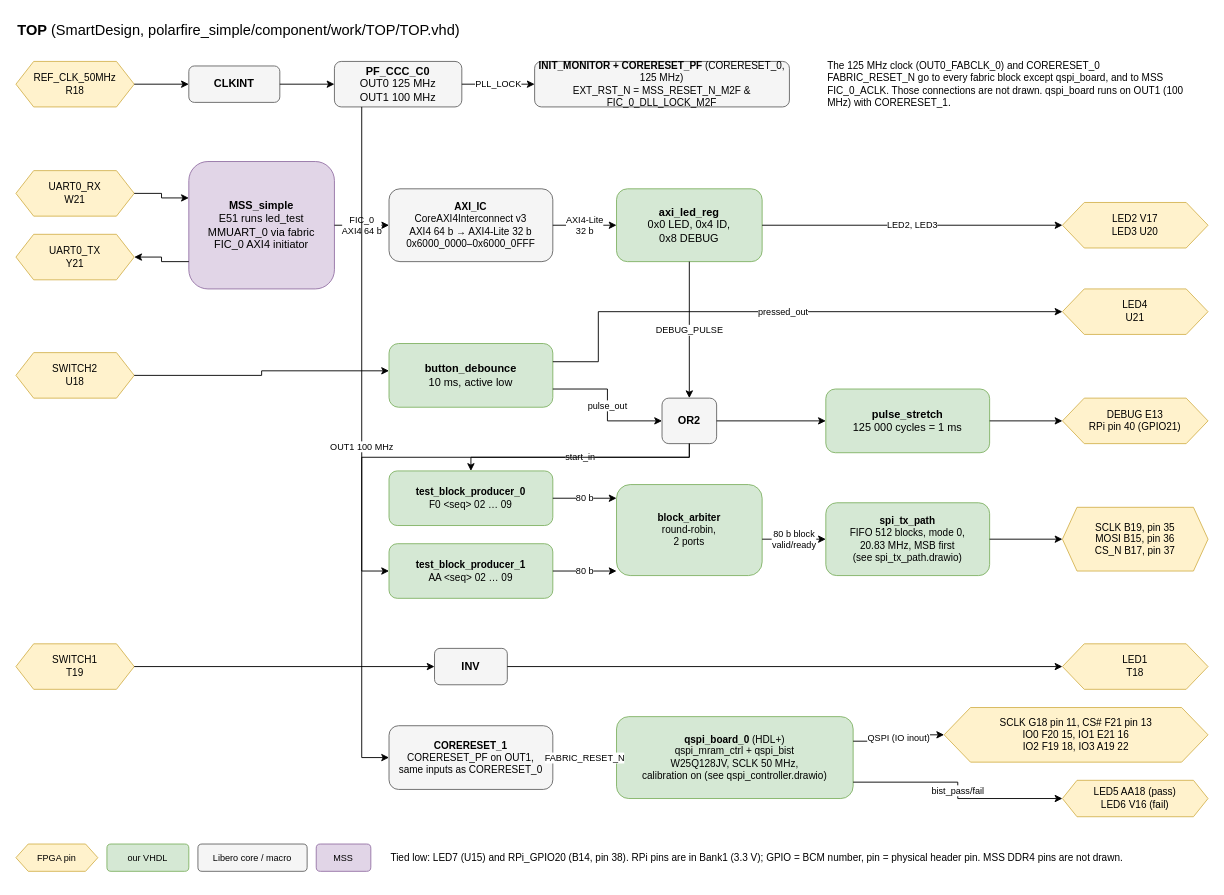
The draw.io diagram documentation/top_level.drawio in jenswilly/polarfire_simple, before the edit. Source tidied: cells renumbered, new cells numbered last; positions are measured from the earlier drawing's top-left corner, leaving out a move shared by most shapes. Both pictures are drawn from the tidied source at 91%, with x=0, y=0 at pixel (15, 15).
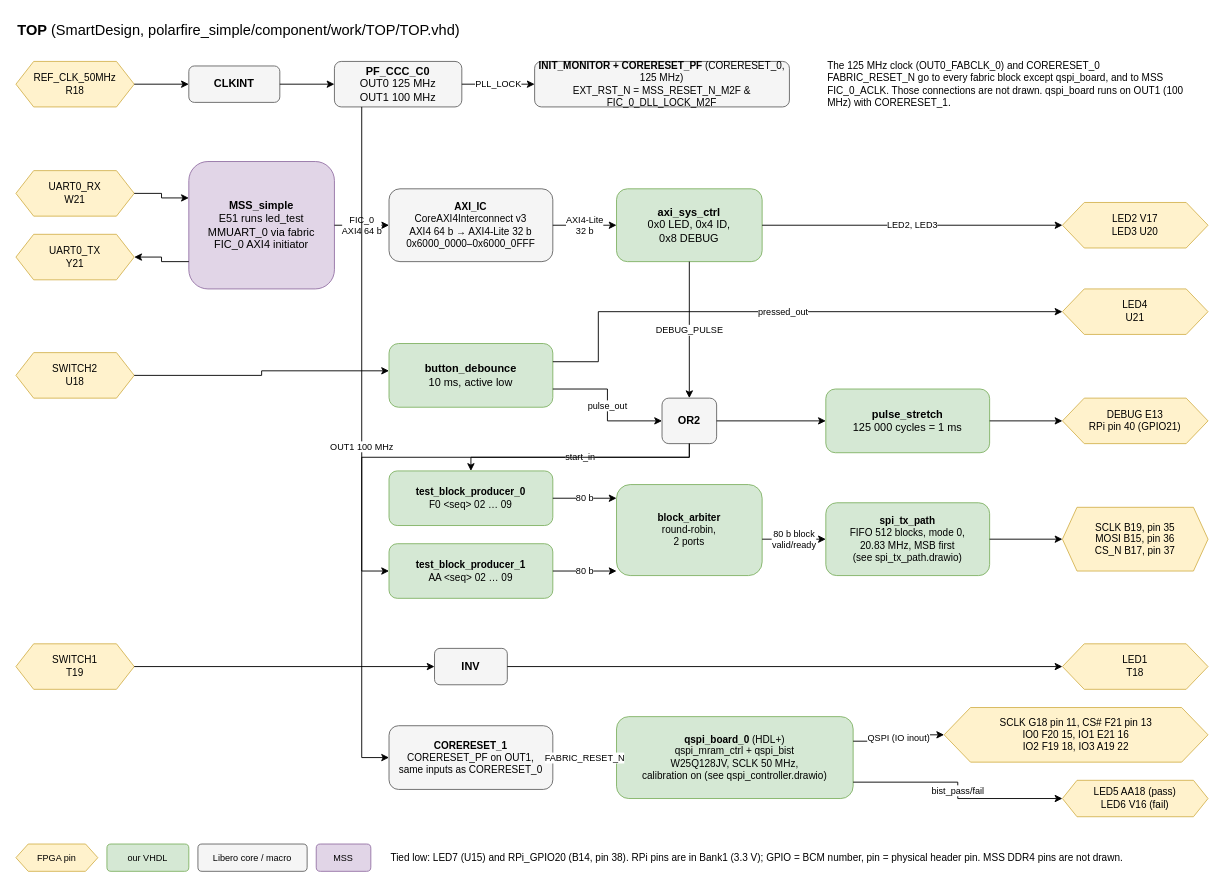
The same diagram, later.

What changed in the source:
```diff
@@
-    <mxCell id="12" value="&lt;b&gt;axi_led_reg&lt;/b&gt;&lt;br&gt;0x0 LED, 0x4 ID,&lt;br&gt;0x8 DEBUG" style="rounded=1;whiteSpace=wrap;html=1;fillColor=#d5e8d4;strokeColor=#82b366;" parent="1" vertex="1">
+    <mxCell id="12" value="&lt;b&gt;axi_sys_ctrl&lt;/b&gt;&lt;br&gt;0x0 LED, 0x4 ID,&lt;br&gt;0x8 DEBUG" style="rounded=1;whiteSpace=wrap;html=1;fillColor=#d5e8d4;strokeColor=#82b366;" parent="1" vertex="1">
       <mxGeometry x="660" y="190" width="160" height="80" as="geometry" />
     </mxCell>
```
